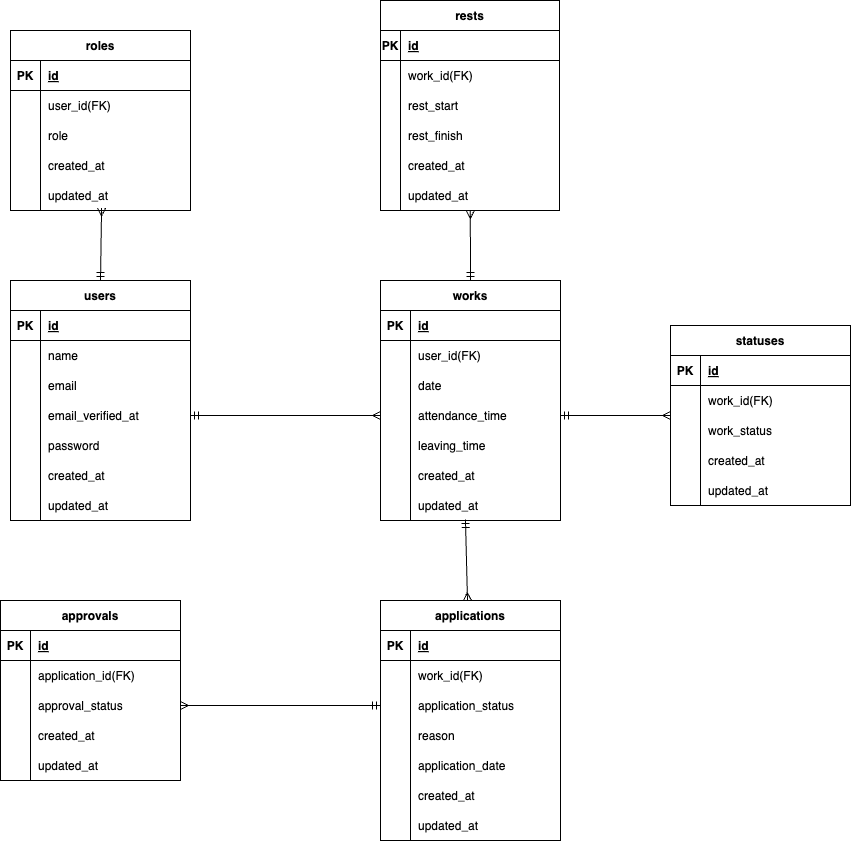
Earlier version of the draw.io export .drawio.png (hirata784/time_attendance_management_app). Source tidied: cells renumbered, new cells last; positions are measured from the earlier drawing's top-left corner, leaving out a move shared by most shapes.
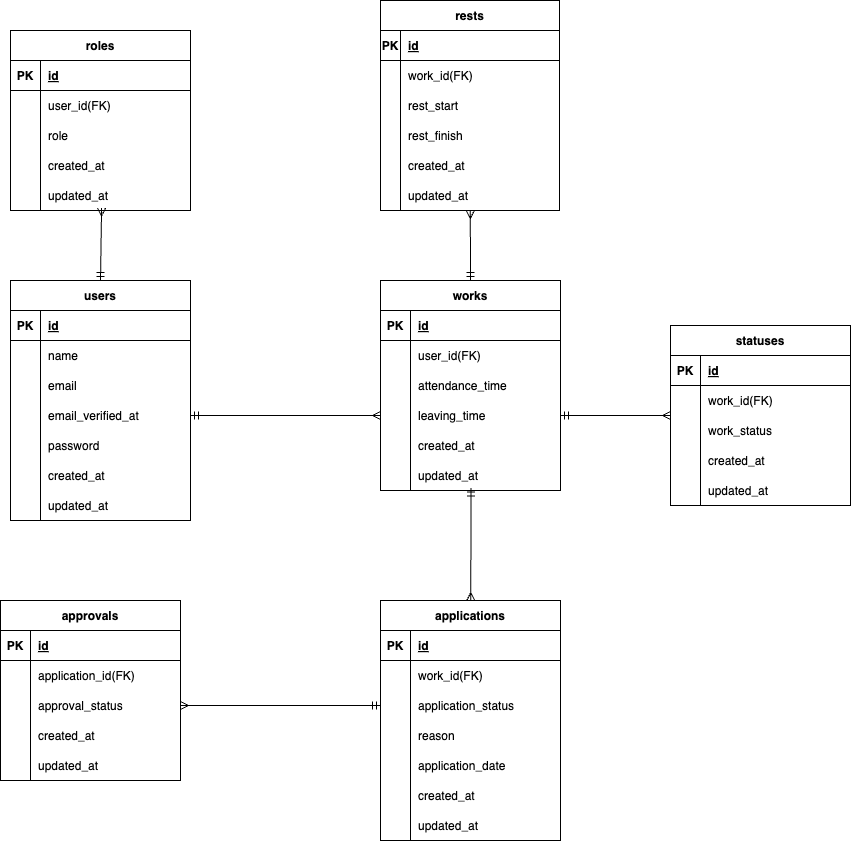
The same file after the commit.

Diff of the diagram source:
```diff
@@ -129,7 +129,7 @@
       <mxGeometry x="20" width="159" height="30" as="geometry" />
     </mxCell>
     <mxCell id="44" value="works" style="shape=table;startSize=30;rowLines=0;fontStyle=1;align=center;" parent="1" vertex="1">
-      <mxGeometry x="380" y="280" width="180" height="240" as="geometry" />
+      <mxGeometry x="380" y="280" width="180" height="210" as="geometry" />
     </mxCell>
     <mxCell id="45" style="shape=tableRow;horizontal=0;startSize=0;swimlaneHead=0;swimlaneBody=0;fillColor=none;top=0;left=0;right=0;bottom=1;" parent="44" vertex="1">
       <mxGeometry y="30" width="180" height="30" as="geometry" />
@@ -149,17 +149,8 @@
     <mxCell id="50" value="user_id(FK)" style="shape=partialRectangle;fillColor=none;top=0;left=0;bottom=0;right=0;align=left;spacingLeft=6;overflow=hidden;" parent="48" vertex="1">
       <mxGeometry x="30" width="150" height="30" as="geometry" />
     </mxCell>
-    <mxCell id="51" style="shape=tableRow;horizontal=0;startSize=0;swimlaneHead=0;swimlaneBody=0;fillColor=none;top=0;left=0;right=0;bottom=0;" parent="44" vertex="1">
-      <mxGeometry y="90" width="180" height="30" as="geometry" />
-    </mxCell>
-    <mxCell id="52" style="shape=partialRectangle;fillColor=none;top=0;left=0;bottom=0;right=0;overflow=hidden;" parent="51" vertex="1">
-      <mxGeometry width="30" height="30" as="geometry" />
-    </mxCell>
-    <mxCell id="53" value="date" style="shape=partialRectangle;fillColor=none;top=0;left=0;bottom=0;right=0;align=left;spacingLeft=6;overflow=hidden;" parent="51" vertex="1">
-      <mxGeometry x="30" width="150" height="30" as="geometry" />
-    </mxCell>
     <mxCell id="54" style="shape=tableRow;horizontal=0;startSize=0;swimlaneHead=0;swimlaneBody=0;fillColor=none;points=[[0,0.5],[1,0.5]];portConstraint=eastwest;top=0;left=0;right=0;bottom=0;" parent="44" vertex="1">
-      <mxGeometry y="120" width="180" height="30" as="geometry" />
+      <mxGeometry y="90" width="180" height="30" as="geometry" />
     </mxCell>
     <mxCell id="55" style="shape=partialRectangle;fillColor=none;top=0;left=0;bottom=0;right=0;overflow=hidden;" parent="54" vertex="1">
       <mxGeometry width="30" height="30" as="geometry" />
@@ -168,7 +159,7 @@
       <mxGeometry x="30" width="150" height="30" as="geometry" />
     </mxCell>
     <mxCell id="57" style="shape=tableRow;horizontal=0;startSize=0;swimlaneHead=0;swimlaneBody=0;fillColor=none;points=[[0,0.5],[1,0.5]];portConstraint=eastwest;top=0;left=0;right=0;bottom=0;" parent="44" vertex="1">
-      <mxGeometry y="150" width="180" height="30" as="geometry" />
+      <mxGeometry y="120" width="180" height="30" as="geometry" />
     </mxCell>
     <mxCell id="58" style="shape=partialRectangle;fillColor=none;top=0;left=0;bottom=0;right=0;overflow=hidden;" parent="57" vertex="1">
       <mxGeometry width="30" height="30" as="geometry" />
@@ -177,7 +168,7 @@
       <mxGeometry x="30" width="150" height="30" as="geometry" />
     </mxCell>
     <mxCell id="60" style="shape=tableRow;horizontal=0;startSize=0;swimlaneHead=0;swimlaneBody=0;fillColor=none;top=0;left=0;right=0;bottom=0;" parent="44" vertex="1">
-      <mxGeometry y="180" width="180" height="30" as="geometry" />
+      <mxGeometry y="150" width="180" height="30" as="geometry" />
     </mxCell>
     <mxCell id="61" style="shape=partialRectangle;fillColor=none;top=0;left=0;bottom=0;right=0;overflow=hidden;" parent="60" vertex="1">
       <mxGeometry width="30" height="30" as="geometry" />
@@ -186,7 +177,7 @@
       <mxGeometry x="30" width="150" height="30" as="geometry" />
     </mxCell>
     <mxCell id="63" style="shape=tableRow;horizontal=0;startSize=0;swimlaneHead=0;swimlaneBody=0;fillColor=none;points=[[0,0.5],[1,0.5]];portConstraint=eastwest;top=0;left=0;right=0;bottom=0;" parent="44" vertex="1">
-      <mxGeometry y="210" width="180" height="30" as="geometry" />
+      <mxGeometry y="180" width="180" height="30" as="geometry" />
     </mxCell>
     <mxCell id="64" style="shape=partialRectangle;fillColor=none;top=0;left=0;bottom=0;right=0;overflow=hidden;" parent="63" vertex="1">
       <mxGeometry width="30" height="30" as="geometry" />
@@ -260,7 +251,7 @@
     <mxCell id="87" value="updated_at" style="shape=partialRectangle;fillColor=none;top=0;left=0;bottom=0;right=0;align=left;spacingLeft=6;overflow=hidden;" parent="85" vertex="1">
       <mxGeometry x="30" width="150" height="30" as="geometry" />
     </mxCell>
-    <mxCell id="88" style="edgeStyle=none;html=1;entryX=0.472;entryY=0.967;entryDx=0;entryDy=0;entryPerimeter=0;endArrow=ERmandOne;endFill=0;startArrow=ERmany;startFill=0;" parent="1" edge="1" source="66" target="63">
+    <mxCell id="88" style="edgeStyle=none;html=1;entryX=0.503;entryY=0.917;entryDx=0;entryDy=0;entryPerimeter=0;endArrow=ERmandOne;endFill=0;startArrow=ERmany;startFill=0;" parent="1" edge="1" source="66" target="63">
       <mxGeometry relative="1" as="geometry" />
     </mxCell>
     <mxCell id="89" value="statuses" style="shape=table;startSize=30;rowLines=0;fontStyle=1;align=center;" parent="1" vertex="1">
@@ -311,7 +302,7 @@
     <mxCell id="104" value="updated_at" style="shape=partialRectangle;fillColor=none;top=0;left=0;bottom=0;right=0;align=left;spacingLeft=6;overflow=hidden;" parent="102" vertex="1">
       <mxGeometry x="30" width="150" height="30" as="geometry" />
     </mxCell>
-    <mxCell id="105" style="edgeStyle=none;html=1;entryX=1;entryY=0.5;entryDx=0;entryDy=0;endArrow=ERmandOne;endFill=0;startArrow=ERmany;startFill=0;" parent="1" edge="1" source="89" target="54">
+    <mxCell id="105" style="edgeStyle=none;html=1;entryX=1;entryY=0.5;entryDx=0;entryDy=0;endArrow=ERmandOne;endFill=0;startArrow=ERmany;startFill=0;" parent="1" edge="1" source="89" target="57">
       <mxGeometry relative="1" as="geometry" />
     </mxCell>
     <mxCell id="106" value="approvals" style="shape=table;startSize=30;rowLines=0;fontStyle=1;align=center;" parent="1" vertex="1">
@@ -362,7 +353,7 @@
     <mxCell id="121" value="updated_at" style="shape=partialRectangle;fillColor=none;top=0;left=0;bottom=0;right=0;align=left;spacingLeft=6;overflow=hidden;" parent="119" vertex="1">
       <mxGeometry x="30" width="150" height="30" as="geometry" />
     </mxCell>
-    <mxCell id="122" style="edgeStyle=none;html=1;entryX=0;entryY=0.5;entryDx=0;entryDy=0;endArrow=ERmany;endFill=0;startArrow=ERmandOne;startFill=0;" parent="1" edge="1" source="12" target="54">
+    <mxCell id="122" style="edgeStyle=none;html=1;entryX=0;entryY=0.5;entryDx=0;entryDy=0;endArrow=ERmany;endFill=0;startArrow=ERmandOne;startFill=0;" parent="1" edge="1" source="12" target="57">
       <mxGeometry relative="1" as="geometry" />
     </mxCell>
     <mxCell id="123" style="edgeStyle=none;html=1;endArrow=ERmandOne;endFill=0;startArrow=ERmany;startFill=0;entryX=0;entryY=0.5;entryDx=0;entryDy=0;" parent="1" edge="1" source="113" target="73">
```
